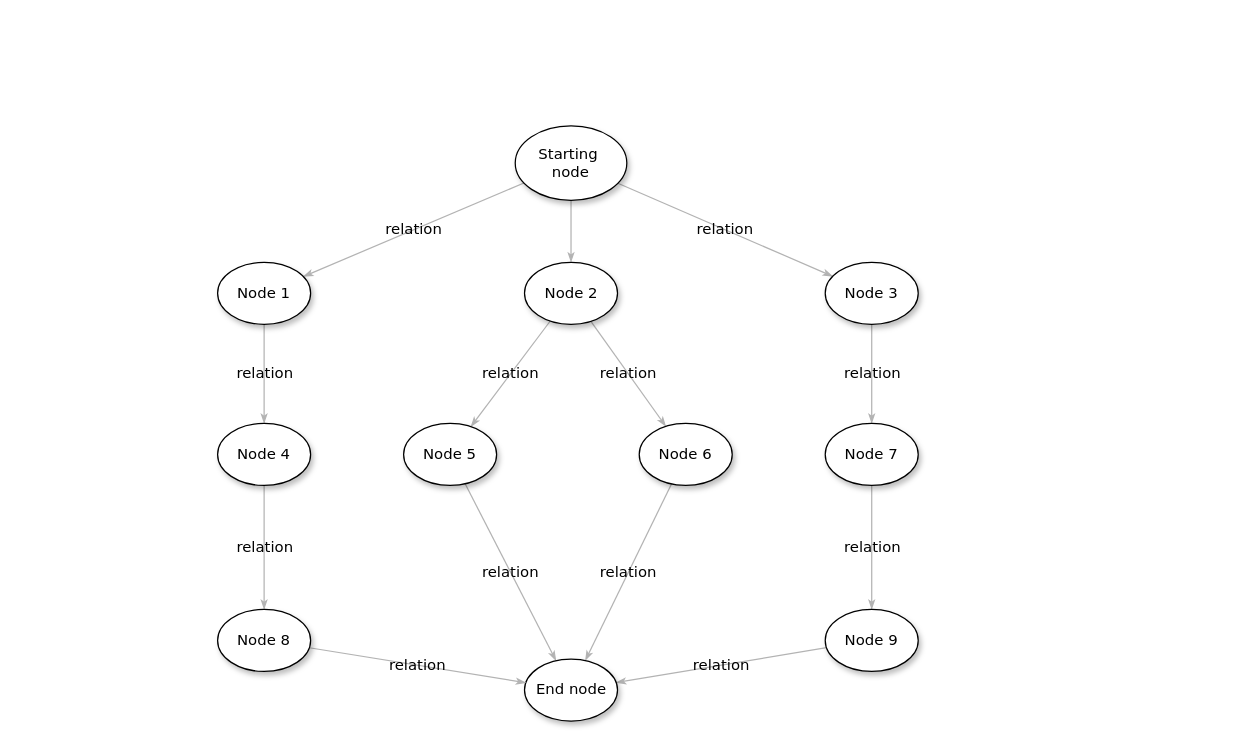
This is page "Page-1" (1 of 2) of Untitled Diagram.drawio from jacklfa/test1, a draw.io file, before an edit. Source tidied: cells renumbered, new cells numbered last; positions are measured from the earlier drawing's top-left corner, leaving out a move shared by most shapes. Both pictures are drawn from the tidied source at 124%, with x=0, y=0 at pixel (217, 125).
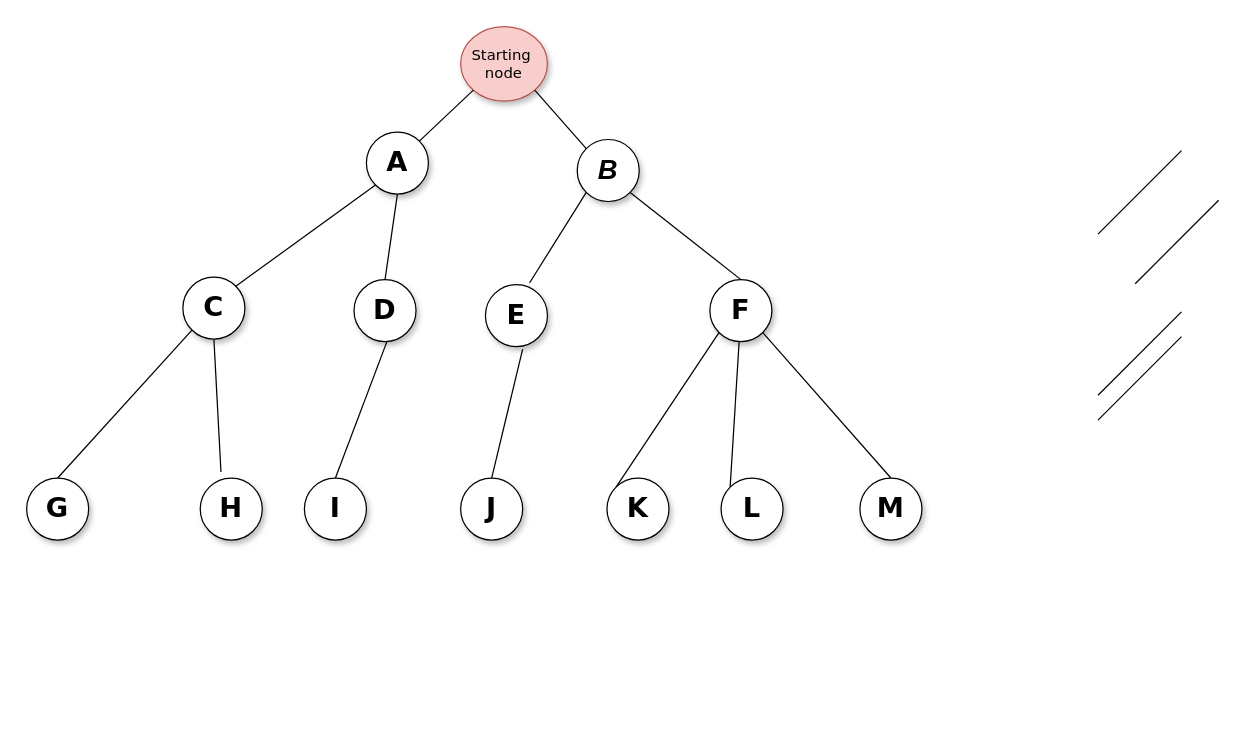
The same diagram, later.

Diff of the diagram source:
```diff
@@
-    <mxCell id="2" style="edgeStyle=none;rounded=1;html=1;labelBackgroundColor=none;startArrow=none;startFill=0;startSize=5;endArrow=classicThin;endFill=1;endSize=5;jettySize=auto;strokeColor=#B3B3B3;strokeWidth=1;fontFamily=Verdana;fontSize=12;" parent="1" edge="1" source="5" target="8">
-      <mxGeometry relative="1" as="geometry" />
-    </mxCell>
-    <mxCell id="3" value="relation" style="edgeStyle=none;rounded=1;html=1;labelBackgroundColor=none;startArrow=none;startFill=0;startSize=5;endArrow=classicThin;endFill=1;endSize=5;jettySize=auto;strokeColor=#B3B3B3;strokeWidth=1;fontFamily=Verdana;fontSize=12;" parent="1" edge="1" source="5" target="21">
-      <mxGeometry relative="1" as="geometry" />
-    </mxCell>
-    <mxCell id="4" value="relation" style="edgeStyle=none;rounded=1;html=1;labelBackgroundColor=none;startArrow=none;startFill=0;startSize=5;endArrow=classicThin;endFill=1;endSize=5;jettySize=auto;strokeColor=#B3B3B3;strokeWidth=1;fontFamily=Verdana;fontSize=12;" parent="1" edge="1" source="5" target="10">
-      <mxGeometry relative="1" as="geometry" />
-    </mxCell>
-    <mxCell id="5" value="Starting&amp;nbsp;&lt;div&gt;node&lt;/div&gt;" style="ellipse;whiteSpace=wrap;html=1;rounded=0;shadow=1;comic=0;labelBackgroundColor=none;strokeWidth=1;fontFamily=Verdana;fontSize=12;align=center;" parent="1" vertex="1">
-      <mxGeometry x="240" width="90" height="60" as="geometry" />
+    <mxCell id="5" value="Starting&amp;nbsp;&lt;div&gt;node&lt;/div&gt;" style="ellipse;whiteSpace=wrap;html=1;rounded=0;shadow=1;comic=0;labelBackgroundColor=none;strokeWidth=1;fontFamily=Verdana;fontSize=12;align=center;fillColor=#f8cecc;strokeColor=#b85450;" parent="1" vertex="1">
+      <mxGeometry x="196" y="-80" width="70" height="60" as="geometry" />
     </mxCell>
-    <mxCell id="6" value="relation" style="edgeStyle=none;rounded=1;html=1;labelBackgroundColor=none;startArrow=none;startFill=0;startSize=5;endArrow=classicThin;endFill=1;endSize=5;jettySize=auto;strokeColor=#B3B3B3;strokeWidth=1;fontFamily=Verdana;fontSize=12;" parent="1" edge="1" source="8" target="18">
-      <mxGeometry relative="1" as="geometry" />
-    </mxCell>
-    <mxCell id="7" value="relation" style="edgeStyle=none;rounded=1;html=1;labelBackgroundColor=none;startArrow=none;startFill=0;startSize=5;endArrow=classicThin;endFill=1;endSize=5;jettySize=auto;strokeColor=#B3B3B3;strokeWidth=1;fontFamily=Verdana;fontSize=12;" parent="1" edge="1" source="8" target="16">
-      <mxGeometry relative="1" as="geometry" />
-    </mxCell>
-    <mxCell id="8" value="&lt;span&gt;Node 2&lt;/span&gt;" style="ellipse;whiteSpace=wrap;html=1;rounded=0;shadow=1;comic=0;labelBackgroundColor=none;strokeWidth=1;fontFamily=Verdana;fontSize=12;align=center;" parent="1" vertex="1">
-      <mxGeometry x="247.5" y="110" width="75" height="50" as="geometry" />
-    </mxCell>
-    <mxCell id="9" value="relation" style="edgeStyle=none;rounded=1;html=1;labelBackgroundColor=none;startArrow=none;startFill=0;startSize=5;endArrow=classicThin;endFill=1;endSize=5;jettySize=auto;strokeColor=#B3B3B3;strokeWidth=1;fontFamily=Verdana;fontSize=12;" parent="1" edge="1" source="10" target="12">
-      <mxGeometry relative="1" as="geometry" />
-    </mxCell>
-    <mxCell id="10" value="&lt;span&gt;Node 3&lt;/span&gt;" style="ellipse;whiteSpace=wrap;html=1;rounded=0;shadow=1;comic=0;labelBackgroundColor=none;strokeWidth=1;fontFamily=Verdana;fontSize=12;align=center;" parent="1" vertex="1">
-      <mxGeometry x="490" y="110" width="75" height="50" as="geometry" />
-    </mxCell>
-    <mxCell id="11" value="relation" style="edgeStyle=none;rounded=1;html=1;labelBackgroundColor=none;startArrow=none;startFill=0;startSize=5;endArrow=classicThin;endFill=1;endSize=5;jettySize=auto;strokeColor=#B3B3B3;strokeWidth=1;fontFamily=Verdana;fontSize=12;" parent="1" edge="1" source="12" target="14">
-      <mxGeometry relative="1" as="geometry" />
-    </mxCell>
-    <mxCell id="12" value="&lt;span&gt;Node 7&lt;/span&gt;" style="ellipse;whiteSpace=wrap;html=1;rounded=0;shadow=1;comic=0;labelBackgroundColor=none;strokeWidth=1;fontFamily=Verdana;fontSize=12;align=center;" parent="1" vertex="1">
-      <mxGeometry x="490" y="240" width="75" height="50" as="geometry" />
-    </mxCell>
-    <mxCell id="13" value="relation" style="edgeStyle=none;rounded=1;html=1;labelBackgroundColor=none;startArrow=none;startFill=0;startSize=5;endArrow=classicThin;endFill=1;endSize=5;jettySize=auto;strokeColor=#B3B3B3;strokeWidth=1;fontFamily=Verdana;fontSize=12;" parent="1" edge="1" source="14" target="19">
-      <mxGeometry relative="1" as="geometry" />
-    </mxCell>
-    <mxCell id="14" value="&lt;span&gt;Node 9&lt;/span&gt;" style="ellipse;whiteSpace=wrap;html=1;rounded=0;shadow=1;comic=0;labelBackgroundColor=none;strokeWidth=1;fontFamily=Verdana;fontSize=12;align=center;" parent="1" vertex="1">
-      <mxGeometry x="490" y="390" width="75" height="50" as="geometry" />
-    </mxCell>
-    <mxCell id="15" value="relation" style="edgeStyle=none;rounded=1;html=1;labelBackgroundColor=none;startArrow=none;startFill=0;startSize=5;endArrow=classicThin;endFill=1;endSize=5;jettySize=auto;strokeColor=#B3B3B3;strokeWidth=1;fontFamily=Verdana;fontSize=12;" parent="1" edge="1" source="16" target="19">
-      <mxGeometry relative="1" as="geometry" />
-    </mxCell>
-    <mxCell id="16" value="&lt;span&gt;Node 6&lt;/span&gt;" style="ellipse;whiteSpace=wrap;html=1;rounded=0;shadow=1;comic=0;labelBackgroundColor=none;strokeWidth=1;fontFamily=Verdana;fontSize=12;align=center;" parent="1" vertex="1">
-      <mxGeometry x="340" y="240" width="75" height="50" as="geometry" />
-    </mxCell>
-    <mxCell id="17" value="relation" style="edgeStyle=none;rounded=1;html=1;labelBackgroundColor=none;startArrow=none;startFill=0;startSize=5;endArrow=classicThin;endFill=1;endSize=5;jettySize=auto;strokeColor=#B3B3B3;strokeWidth=1;fontFamily=Verdana;fontSize=12;" parent="1" edge="1" source="18" target="19">
-      <mxGeometry relative="1" as="geometry" />
-    </mxCell>
-    <mxCell id="18" value="&lt;span&gt;Node 5&lt;/span&gt;" style="ellipse;whiteSpace=wrap;html=1;rounded=0;shadow=1;comic=0;labelBackgroundColor=none;strokeWidth=1;fontFamily=Verdana;fontSize=12;align=center;" parent="1" vertex="1">
-      <mxGeometry x="150" y="240" width="75" height="50" as="geometry" />
-    </mxCell>
-    <mxCell id="19" value="End node" style="ellipse;whiteSpace=wrap;html=1;rounded=0;shadow=1;comic=0;labelBackgroundColor=none;strokeWidth=1;fontFamily=Verdana;fontSize=12;align=center;" parent="1" vertex="1">
-      <mxGeometry x="247.5" y="430" width="75" height="50" as="geometry" />
-    </mxCell>
-    <mxCell id="20" value="relation" style="edgeStyle=none;rounded=1;html=1;labelBackgroundColor=none;startArrow=none;startFill=0;startSize=5;endArrow=classicThin;endFill=1;endSize=5;jettySize=auto;strokeColor=#B3B3B3;strokeWidth=1;fontFamily=Verdana;fontSize=12;" parent="1" edge="1" source="21" target="23">
-      <mxGeometry relative="1" as="geometry" />
-    </mxCell>
-    <mxCell id="21" value="Node 1" style="ellipse;whiteSpace=wrap;html=1;rounded=0;shadow=1;comic=0;labelBackgroundColor=none;strokeWidth=1;fontFamily=Verdana;fontSize=12;align=center;" parent="1" vertex="1">
-      <mxGeometry y="110" width="75" height="50" as="geometry" />
+    <mxCell id="21" value="&lt;h1 style=&quot;font-size: 22px;&quot;&gt;A&lt;/h1&gt;" style="ellipse;whiteSpace=wrap;html=1;rounded=0;shadow=1;comic=0;labelBackgroundColor=none;strokeWidth=1;fontFamily=Verdana;fontSize=22;align=center;" parent="1" vertex="1">
+      <mxGeometry x="120" y="5" width="50" height="50" as="geometry" />
     </mxCell>
-    <mxCell id="22" value="relation" style="edgeStyle=none;rounded=1;html=1;labelBackgroundColor=none;startArrow=none;startFill=0;startSize=5;endArrow=classicThin;endFill=1;endSize=5;jettySize=auto;strokeColor=#B3B3B3;strokeWidth=1;fontFamily=Verdana;fontSize=12;" parent="1" edge="1" source="23" target="25">
-      <mxGeometry relative="1" as="geometry" />
-    </mxCell>
-    <mxCell id="23" value="&lt;span&gt;Node 4&lt;/span&gt;" style="ellipse;whiteSpace=wrap;html=1;rounded=0;shadow=1;comic=0;labelBackgroundColor=none;strokeWidth=1;fontFamily=Verdana;fontSize=12;align=center;" parent="1" vertex="1">
-      <mxGeometry y="240" width="75" height="50" as="geometry" />
-    </mxCell>
-    <mxCell id="24" value="relation" style="edgeStyle=none;rounded=1;html=1;labelBackgroundColor=none;startArrow=none;startFill=0;startSize=5;endArrow=classicThin;endFill=1;endSize=5;jettySize=auto;strokeColor=#B3B3B3;strokeWidth=1;fontFamily=Verdana;fontSize=12;" parent="1" edge="1" source="25" target="19">
-      <mxGeometry relative="1" as="geometry" />
-    </mxCell>
-    <mxCell id="25" value="&lt;span&gt;Node 8&lt;/span&gt;" style="ellipse;whiteSpace=wrap;html=1;rounded=0;shadow=1;comic=0;labelBackgroundColor=none;strokeWidth=1;fontFamily=Verdana;fontSize=12;align=center;" parent="1" vertex="1">
-      <mxGeometry y="390" width="75" height="50" as="geometry" />
-    </mxCell>
+    <mxCell id="26" style="endArrow=none;html=1;entryX=0;entryY=1;entryDx=0;entryDy=0;exitX=1;exitY=0;exitDx=0;exitDy=0;" parent="1" edge="1" source="44" target="21">
+      <mxGeometry relative="1" as="geometry" />
+    </mxCell>
+    <mxCell id="27" value="B" style="ellipse;whiteSpace=wrap;html=1;rounded=0;shadow=1;comic=0;labelBackgroundColor=none;strokeWidth=1;fontFamily=Helvetica;fontSize=22;align=center;fontStyle=3;" parent="1" vertex="1">
+      <mxGeometry x="290" y="11" width="50" height="50" as="geometry" />
+    </mxCell>
+    <mxCell id="28" style="endArrow=none;html=1;entryX=0;entryY=1;entryDx=0;entryDy=0;exitX=0.5;exitY=0;exitDx=0;exitDy=0;" parent="1" edge="1" source="45" target="44">
+      <mxGeometry relative="1" as="geometry" />
+    </mxCell>
+    <mxCell id="29" style="endArrow=none;html=1;entryX=0;entryY=1;entryDx=0;entryDy=0;exitX=0.71;exitY=-0.025;exitDx=0;exitDy=0;exitPerimeter=0;" parent="1" edge="1" source="54" target="27">
+      <mxGeometry relative="1" as="geometry" />
+    </mxCell>
+    <mxCell id="30" style="endArrow=none;html=1;entryX=0;entryY=1;entryDx=0;entryDy=0;exitX=0.5;exitY=0;exitDx=0;exitDy=0;" parent="1" edge="1" source="46">
+      <mxGeometry relative="1" as="geometry">
+        <mxPoint x="137.3" y="172" as="targetPoint" />
+      </mxGeometry>
+    </mxCell>
+    <mxCell id="31" style="endArrow=none;html=1;entryX=0;entryY=1;entryDx=0;entryDy=0;exitX=1;exitY=0;exitDx=0;exitDy=0;" parent="1" edge="1" source="21" target="5">
+      <mxGeometry relative="1" as="geometry" />
+    </mxCell>
+    <mxCell id="32" style="endArrow=none;html=1;entryX=1;entryY=1;entryDx=0;entryDy=0;exitX=0;exitY=0;exitDx=0;exitDy=0;" parent="1" edge="1" source="27" target="5">
+      <mxGeometry relative="1" as="geometry" />
+    </mxCell>
+    <mxCell id="33" style="endArrow=none;html=1;entryX=0;entryY=1;entryDx=0;entryDy=0;" parent="1" edge="1">
+      <mxGeometry relative="1" as="geometry">
+        <mxPoint x="710" y="237.3" as="sourcePoint" />
+        <mxPoint x="777.3" y="170" as="targetPoint" />
+      </mxGeometry>
+    </mxCell>
+    <mxCell id="34" style="endArrow=none;html=1;entryX=1;entryY=1;entryDx=0;entryDy=0;exitX=0.5;exitY=0;exitDx=0;exitDy=0;" parent="1" edge="1" source="48" target="51">
+      <mxGeometry relative="1" as="geometry" />
+    </mxCell>
+    <mxCell id="35" style="endArrow=none;html=1;exitX=0;exitY=0;exitDx=0;exitDy=0;" parent="1" edge="1" source="49" target="51">
+      <mxGeometry relative="1" as="geometry" />
+    </mxCell>
+    <mxCell id="36" style="endArrow=none;html=1;entryX=1;entryY=1;entryDx=0;entryDy=0;exitX=0.5;exitY=0;exitDx=0;exitDy=0;" parent="1" edge="1" source="51" target="27">
+      <mxGeometry relative="1" as="geometry" />
+    </mxCell>
+    <mxCell id="37" style="endArrow=none;html=1;entryX=0;entryY=1;entryDx=0;entryDy=0;" parent="1" edge="1">
+      <mxGeometry relative="1" as="geometry">
+        <mxPoint x="740" y="127.3" as="sourcePoint" />
+        <mxPoint x="807.3" y="60" as="targetPoint" />
+      </mxGeometry>
+    </mxCell>
+    <mxCell id="38" style="endArrow=none;html=1;entryX=0;entryY=1;entryDx=0;entryDy=0;" parent="1" edge="1">
+      <mxGeometry relative="1" as="geometry">
+        <mxPoint x="710" y="87.3" as="sourcePoint" />
+        <mxPoint x="777.3" y="20" as="targetPoint" />
+      </mxGeometry>
+    </mxCell>
+    <mxCell id="39" style="endArrow=none;html=1;entryX=0.5;entryY=1;entryDx=0;entryDy=0;exitX=0.5;exitY=0;exitDx=0;exitDy=0;" parent="1" edge="1" source="53" target="21">
+      <mxGeometry relative="1" as="geometry" />
+    </mxCell>
+    <mxCell id="40" style="endArrow=none;html=1;entryX=0.5;entryY=1;entryDx=0;entryDy=0;exitX=0.334;exitY=-0.098;exitDx=0;exitDy=0;exitPerimeter=0;" parent="1" edge="1" source="50" target="44">
+      <mxGeometry relative="1" as="geometry" />
+    </mxCell>
+    <mxCell id="41" style="endArrow=none;html=1;entryX=0;entryY=1;entryDx=0;entryDy=0;exitX=0;exitY=0;exitDx=0;exitDy=0;" parent="1" edge="1" source="52" target="51">
+      <mxGeometry relative="1" as="geometry" />
+    </mxCell>
+    <mxCell id="42" style="endArrow=none;html=1;entryX=0;entryY=1;entryDx=0;entryDy=0;" parent="1" edge="1">
+      <mxGeometry relative="1" as="geometry">
+        <mxPoint x="710" y="217.3" as="sourcePoint" />
+        <mxPoint x="777.3" y="150" as="targetPoint" />
+      </mxGeometry>
+    </mxCell>
+    <mxCell id="43" style="endArrow=none;html=1;entryX=0;entryY=1;entryDx=0;entryDy=0;exitX=0.5;exitY=0;exitDx=0;exitDy=0;" parent="1" edge="1" source="47">
+      <mxGeometry relative="1" as="geometry">
+        <mxPoint x="246" y="180" as="targetPoint" />
+      </mxGeometry>
+    </mxCell>
+    <mxCell id="44" value="C" style="ellipse;whiteSpace=wrap;html=1;rounded=0;shadow=1;comic=0;labelBackgroundColor=none;strokeWidth=1;fontFamily=Verdana;fontSize=22;align=center;fontStyle=1;" parent="1" vertex="1">
+      <mxGeometry x="-28" y="122" width="50" height="50" as="geometry" />
+    </mxCell>
+    <mxCell id="45" value="G" style="ellipse;whiteSpace=wrap;html=1;rounded=0;shadow=1;comic=0;labelBackgroundColor=none;strokeWidth=1;fontFamily=Verdana;fontSize=22;align=center;fontStyle=1;" parent="1" vertex="1">
+      <mxGeometry x="-154" y="284" width="50" height="50" as="geometry" />
+    </mxCell>
+    <mxCell id="46" value="I" style="ellipse;whiteSpace=wrap;html=1;rounded=0;shadow=1;comic=0;labelBackgroundColor=none;strokeWidth=1;fontFamily=Verdana;fontSize=22;align=center;fontStyle=1;" parent="1" vertex="1">
+      <mxGeometry x="70" y="284" width="50" height="50" as="geometry" />
+    </mxCell>
+    <mxCell id="47" value="J" style="ellipse;whiteSpace=wrap;html=1;rounded=0;shadow=1;comic=0;labelBackgroundColor=none;strokeWidth=1;fontFamily=Verdana;fontSize=22;align=center;fontStyle=1;" parent="1" vertex="1">
+      <mxGeometry x="196" y="284" width="50" height="50" as="geometry" />
+    </mxCell>
+    <mxCell id="48" value="M" style="ellipse;whiteSpace=wrap;html=1;rounded=0;shadow=1;comic=0;labelBackgroundColor=none;strokeWidth=1;fontFamily=Verdana;fontSize=22;align=center;fontStyle=1;" parent="1" vertex="1">
+      <mxGeometry x="518" y="284" width="50" height="50" as="geometry" />
+    </mxCell>
+    <mxCell id="49" value="L" style="ellipse;whiteSpace=wrap;html=1;rounded=0;shadow=1;comic=0;labelBackgroundColor=none;strokeWidth=1;fontFamily=Verdana;fontSize=22;align=center;fontStyle=1;" parent="1" vertex="1">
+      <mxGeometry x="406" y="284" width="50" height="50" as="geometry" />
+    </mxCell>
+    <mxCell id="50" value="H" style="ellipse;whiteSpace=wrap;html=1;rounded=0;shadow=1;comic=0;labelBackgroundColor=none;strokeWidth=1;fontFamily=Verdana;fontSize=22;align=center;fontStyle=1;" parent="1" vertex="1">
+      <mxGeometry x="-14" y="284" width="50" height="50" as="geometry" />
+    </mxCell>
+    <mxCell id="51" value="F" style="ellipse;whiteSpace=wrap;html=1;rounded=0;shadow=1;comic=0;labelBackgroundColor=none;strokeWidth=1;fontFamily=Verdana;fontSize=22;align=center;fontStyle=1;" parent="1" vertex="1">
+      <mxGeometry x="397" y="124" width="50" height="50" as="geometry" />
+    </mxCell>
+    <mxCell id="52" value="K" style="ellipse;whiteSpace=wrap;html=1;rounded=0;shadow=1;comic=0;labelBackgroundColor=none;strokeWidth=1;fontFamily=Verdana;fontSize=22;align=center;fontStyle=1;" parent="1" vertex="1">
+      <mxGeometry x="314" y="284" width="50" height="50" as="geometry" />
+    </mxCell>
+    <mxCell id="53" value="D" style="ellipse;whiteSpace=wrap;html=1;rounded=0;shadow=1;comic=0;labelBackgroundColor=none;strokeWidth=1;fontFamily=Verdana;fontSize=22;align=center;fontStyle=1;" parent="1" vertex="1">
+      <mxGeometry x="110" y="124" width="50" height="50" as="geometry" />
+    </mxCell>
+    <mxCell id="54" value="E" style="ellipse;whiteSpace=wrap;html=1;rounded=0;shadow=1;comic=0;labelBackgroundColor=none;strokeWidth=1;fontFamily=Verdana;fontSize=22;align=center;fontStyle=1;" parent="1" vertex="1">
+      <mxGeometry x="216" y="128" width="50" height="50" as="geometry" />
+    </mxCell>
```
